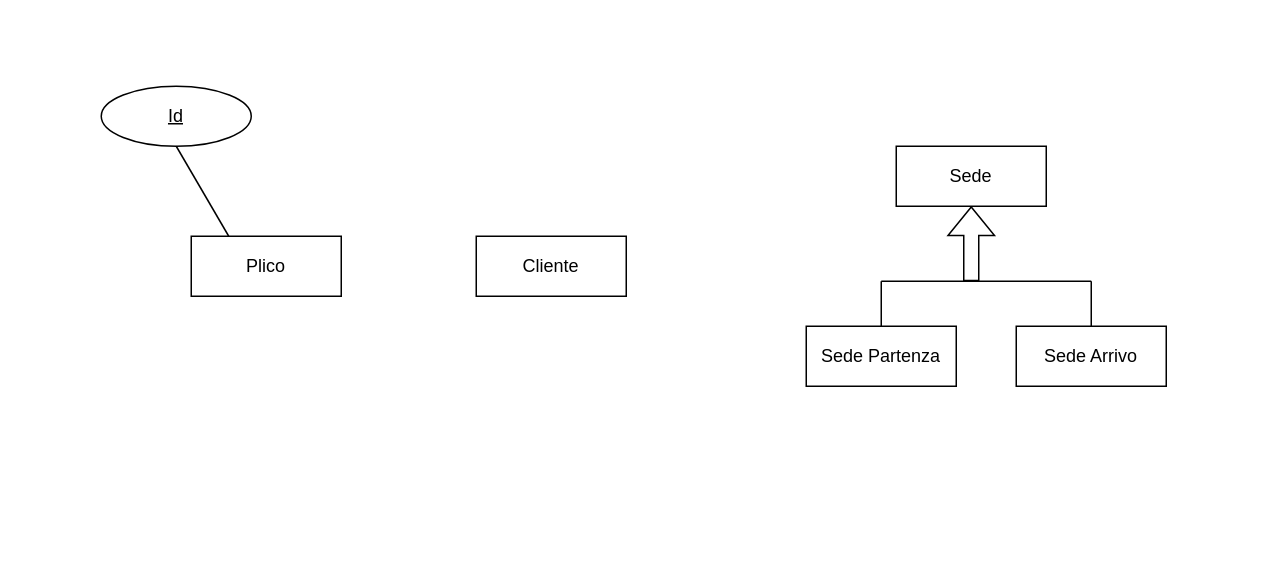
This is FastRoute.drawio from James2-2/informatica-2025-2026, a draw.io file, before an edit. Source tidied: cells renumbered, new cells numbered last; positions are measured from the earlier drawing's top-left corner, leaving out a move shared by most shapes. Both pictures are drawn from the tidied source at 150%, with x=0, y=0 at pixel (100, 86).
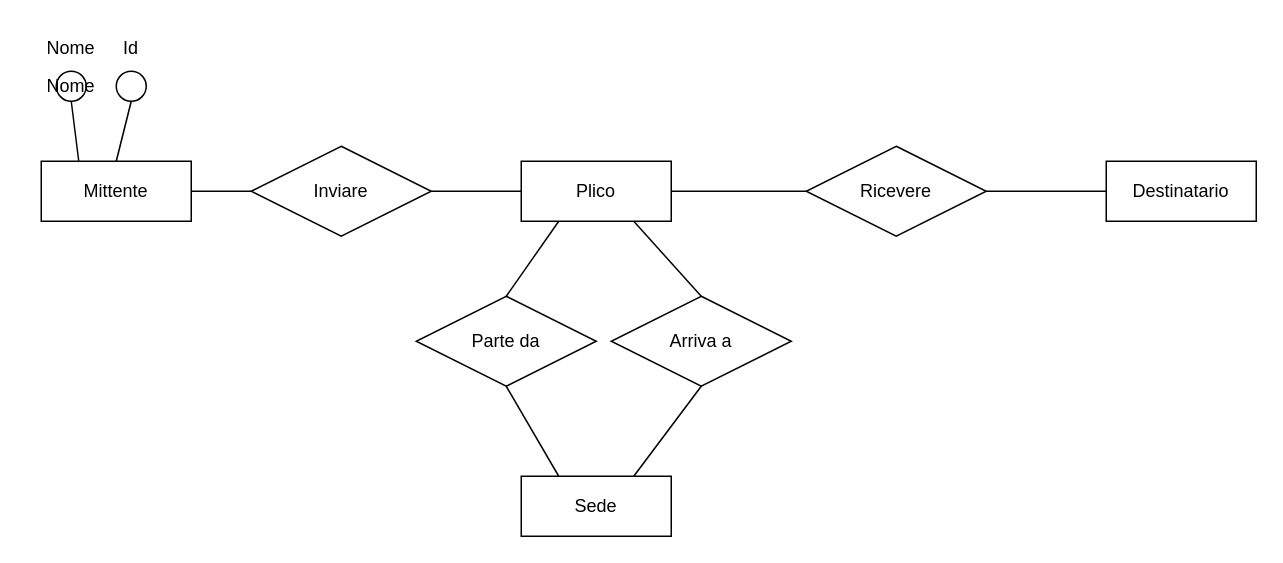
The same diagram, later.

Diff of the diagram source:
```diff
@@
-<mxGraphModel>
+<mxGraphModel background="light-dark(#FFFFFF,#FFFFFF)">
@@
-    <mxCell id="2" value="Plico" style="whiteSpace=wrap;html=1;align=center;" parent="1" vertex="1">
-      <mxGeometry x="60" y="100" width="100" height="40" as="geometry" />
+    <mxCell id="2" value="Plico" style="whiteSpace=wrap;html=1;align=center;labelBackgroundColor=none;" parent="1" vertex="1">
+      <mxGeometry x="280" y="50" width="100" height="40" as="geometry" />
     </mxCell>
+    <mxCell id="13" value="Mittente" style="whiteSpace=wrap;html=1;align=center;labelBackgroundColor=none;" parent="1" vertex="1">
+      <mxGeometry x="-40" y="50" width="100" height="40" as="geometry" />
+    </mxCell>
+    <mxCell id="14" value="Destinatario" style="whiteSpace=wrap;html=1;align=center;labelBackgroundColor=none;" parent="1" vertex="1">
+      <mxGeometry x="670" y="50" width="100" height="40" as="geometry" />
+    </mxCell>
+    <mxCell id="15" value="Inviare" style="shape=rhombus;perimeter=rhombusPerimeter;whiteSpace=wrap;html=1;align=center;" parent="1" vertex="1">
+      <mxGeometry x="100" y="40" width="120" height="60" as="geometry" />
+    </mxCell>
+    <mxCell id="16" style="endArrow=none;html=1;rounded=0;exitX=1;exitY=0.5;exitDx=0;exitDy=0;entryX=0;entryY=0.5;entryDx=0;entryDy=0;strokeColor=light-dark(#000000,#000000);" parent="1" edge="1" source="15" target="2">
+      <mxGeometry relative="1" as="geometry" />
+    </mxCell>
+    <mxCell id="17" style="endArrow=none;html=1;rounded=0;exitX=1;exitY=0.5;exitDx=0;exitDy=0;entryX=0;entryY=0.5;entryDx=0;entryDy=0;strokeColor=light-dark(#000000,#000000);" parent="1" edge="1" source="13" target="15">
+      <mxGeometry relative="1" as="geometry" />
+    </mxCell>
+    <mxCell id="18" value="Ricevere" style="shape=rhombus;perimeter=rhombusPerimeter;whiteSpace=wrap;html=1;align=center;" parent="1" vertex="1">
+      <mxGeometry x="470" y="40" width="120" height="60" as="geometry" />
+    </mxCell>
+    <mxCell id="19" style="endArrow=none;html=1;rounded=0;exitX=1;exitY=0.5;exitDx=0;exitDy=0;entryX=0;entryY=0.5;entryDx=0;entryDy=0;strokeColor=light-dark(#000000,#000000);" parent="1" edge="1" source="18" target="14">
+      <mxGeometry relative="1" as="geometry" />
+    </mxCell>
+    <mxCell id="20" style="endArrow=none;html=1;rounded=0;entryX=1;entryY=0.5;entryDx=0;entryDy=0;exitX=0;exitY=0.5;exitDx=0;exitDy=0;strokeColor=light-dark(#000000,#000000);" parent="1" edge="1" source="18" target="2">
+      <mxGeometry relative="1" as="geometry" />
+    </mxCell>
+    <mxCell id="8" value="Sede" style="whiteSpace=wrap;html=1;align=center;" parent="1" vertex="1">
+      <mxGeometry x="280" y="260" width="100" height="40" as="geometry" />
+    </mxCell>
+    <mxCell id="21" value="Arriva a" style="shape=rhombus;perimeter=rhombusPerimeter;whiteSpace=wrap;html=1;align=center;" parent="1" vertex="1">
+      <mxGeometry x="340" y="140" width="120" height="60" as="geometry" />
+    </mxCell>
+    <mxCell id="22" value="Parte da" style="shape=rhombus;perimeter=rhombusPerimeter;whiteSpace=wrap;html=1;align=center;" parent="1" vertex="1">
+      <mxGeometry x="210" y="140" width="120" height="60" as="geometry" />
+    </mxCell>
+    <mxCell id="23" style="endArrow=none;html=1;rounded=0;exitX=0.5;exitY=0;exitDx=0;exitDy=0;entryX=0.25;entryY=1;entryDx=0;entryDy=0;strokeColor=light-dark(#000000,#000000);" parent="1" edge="1" source="22" target="2">
+      <mxGeometry relative="1" as="geometry" />
+    </mxCell>
+    <mxCell id="24" style="endArrow=none;html=1;rounded=0;exitX=0.25;exitY=0;exitDx=0;exitDy=0;entryX=0.5;entryY=1;entryDx=0;entryDy=0;strokeColor=light-dark(#000000,#000000);" parent="1" edge="1" source="8" target="22">
+      <mxGeometry relative="1" as="geometry" />
+    </mxCell>
+    <mxCell id="25" style="endArrow=none;html=1;rounded=0;exitX=0.5;exitY=0;exitDx=0;exitDy=0;entryX=0.75;entryY=1;entryDx=0;entryDy=0;strokeColor=light-dark(#000000,#000000);" parent="1" edge="1" source="21" target="2">
+      <mxGeometry relative="1" as="geometry" />
+    </mxCell>
+    <mxCell id="26" style="endArrow=none;html=1;rounded=0;exitX=0.75;exitY=0;exitDx=0;exitDy=0;entryX=0.5;entryY=1;entryDx=0;entryDy=0;strokeColor=light-dark(#000000,#000000);" parent="1" edge="1" source="8" target="21">
+      <mxGeometry relative="1" as="geometry" />
+    </mxCell>
+    <mxCell id="27" style="ellipse;whiteSpace=wrap;html=1;" parent="1" vertex="1">
+      <mxGeometry x="10" y="-10" width="20" height="20" as="geometry" />
+    </mxCell>
+    <mxCell id="28" value="Nome" style="ellipse;whiteSpace=wrap;html=1;strokeColor=light-dark(#000000,#4D4D4D);fillColor=none;" parent="1" vertex="1">
+      <mxGeometry x="-30" y="-10" width="20" height="20" as="geometry" />
+    </mxCell>
+    <mxCell id="29" value="&lt;font style=&quot;color: light-dark(rgb(0, 0, 0), rgb(0, 0, 0));&quot;&gt;Nome&lt;/font&gt;" style="text;html=1;whiteSpace=wrap;strokeColor=none;fillColor=none;align=center;verticalAlign=middle;rounded=0;" parent="1" vertex="1">
+      <mxGeometry x="-50" y="-40" width="60" height="30" as="geometry" />
+    </mxCell>
-    <mxCell id="3" value="Id" style="ellipse;whiteSpace=wrap;html=1;align=center;fontStyle=4;" parent="1" vertex="1">
-      <mxGeometry width="100" height="40" as="geometry" />
+    <mxCell id="3" value="&lt;font style=&quot;color: light-dark(rgb(0, 0, 0), rgb(0, 0, 0));&quot;&gt;Id&lt;/font&gt;" style="text;html=1;whiteSpace=wrap;strokeColor=none;fillColor=none;align=center;verticalAlign=middle;rounded=0;" parent="1" vertex="1">
+      <mxGeometry x="-10" y="-40" width="60" height="30" as="geometry" />
     </mxCell>
-    <mxCell id="4" style="endArrow=none;html=1;rounded=0;entryX=0.5;entryY=1;entryDx=0;entryDy=0;exitX=0.25;exitY=0;exitDx=0;exitDy=0;" parent="1" edge="1" source="2" target="3">
-      <mxGeometry relative="1" as="geometry" />
-    </mxCell>
-    <mxCell id="5" value="Cliente" style="whiteSpace=wrap;html=1;align=center;" parent="1" vertex="1">
-      <mxGeometry x="250" y="100" width="100" height="40" as="geometry" />
-    </mxCell>
-    <mxCell id="6" style="shape=flexArrow;endArrow=classic;html=1;rounded=0;entryX=0.5;entryY=1;entryDx=0;entryDy=0;" parent="1" edge="1" target="8">
-      <mxGeometry relative="1" as="geometry">
-        <mxPoint x="580" y="130" as="sourcePoint" />
-      </mxGeometry>
-    </mxCell>
-    <mxCell id="7" value="Sede Partenza" style="whiteSpace=wrap;html=1;align=center;" parent="1" vertex="1">
-      <mxGeometry x="470" y="160" width="100" height="40" as="geometry" />
-    </mxCell>
-    <mxCell id="8" value="Sede" style="whiteSpace=wrap;html=1;align=center;" parent="1" vertex="1">
-      <mxGeometry x="530" y="40" width="100" height="40" as="geometry" />
-    </mxCell>
-    <mxCell id="9" value="Sede Arrivo" style="whiteSpace=wrap;html=1;align=center;" parent="1" vertex="1">
-      <mxGeometry x="610" y="160" width="100" height="40" as="geometry" />
-    </mxCell>
-    <mxCell id="10" style="endArrow=none;html=1;rounded=0;exitX=0.5;exitY=0;exitDx=0;exitDy=0;" parent="1" edge="1" source="9">
-      <mxGeometry relative="1" as="geometry">
-        <mxPoint x="660" y="130" as="targetPoint" />
-      </mxGeometry>
-    </mxCell>
-    <mxCell id="11" style="endArrow=none;html=1;rounded=0;entryX=0.5;entryY=0;entryDx=0;entryDy=0;" parent="1" edge="1" target="7">
-      <mxGeometry relative="1" as="geometry">
-        <mxPoint x="520" y="130" as="sourcePoint" />
-      </mxGeometry>
-    </mxCell>
-    <mxCell id="12" style="endArrow=none;html=1;rounded=0;" parent="1" edge="1">
-      <mxGeometry relative="1" as="geometry">
-        <mxPoint x="520" y="130" as="sourcePoint" />
-        <mxPoint x="660" y="130" as="targetPoint" />
-      </mxGeometry>
-    </mxCell>
+    <mxCell id="30" style="endArrow=none;html=1;rounded=0;exitX=0.25;exitY=0;exitDx=0;exitDy=0;entryX=0.5;entryY=1;entryDx=0;entryDy=0;strokeColor=light-dark(#000000,#000000);" parent="1" edge="1" source="13" target="28">
+      <mxGeometry relative="1" as="geometry" />
+    </mxCell>
+    <mxCell id="31" style="endArrow=none;html=1;rounded=0;exitX=0.5;exitY=0;exitDx=0;exitDy=0;entryX=0.5;entryY=1;entryDx=0;entryDy=0;strokeColor=light-dark(#000000,#000000);" parent="1" edge="1" source="13" target="27">
+      <mxGeometry relative="1" as="geometry" />
+    </mxCell>
```
